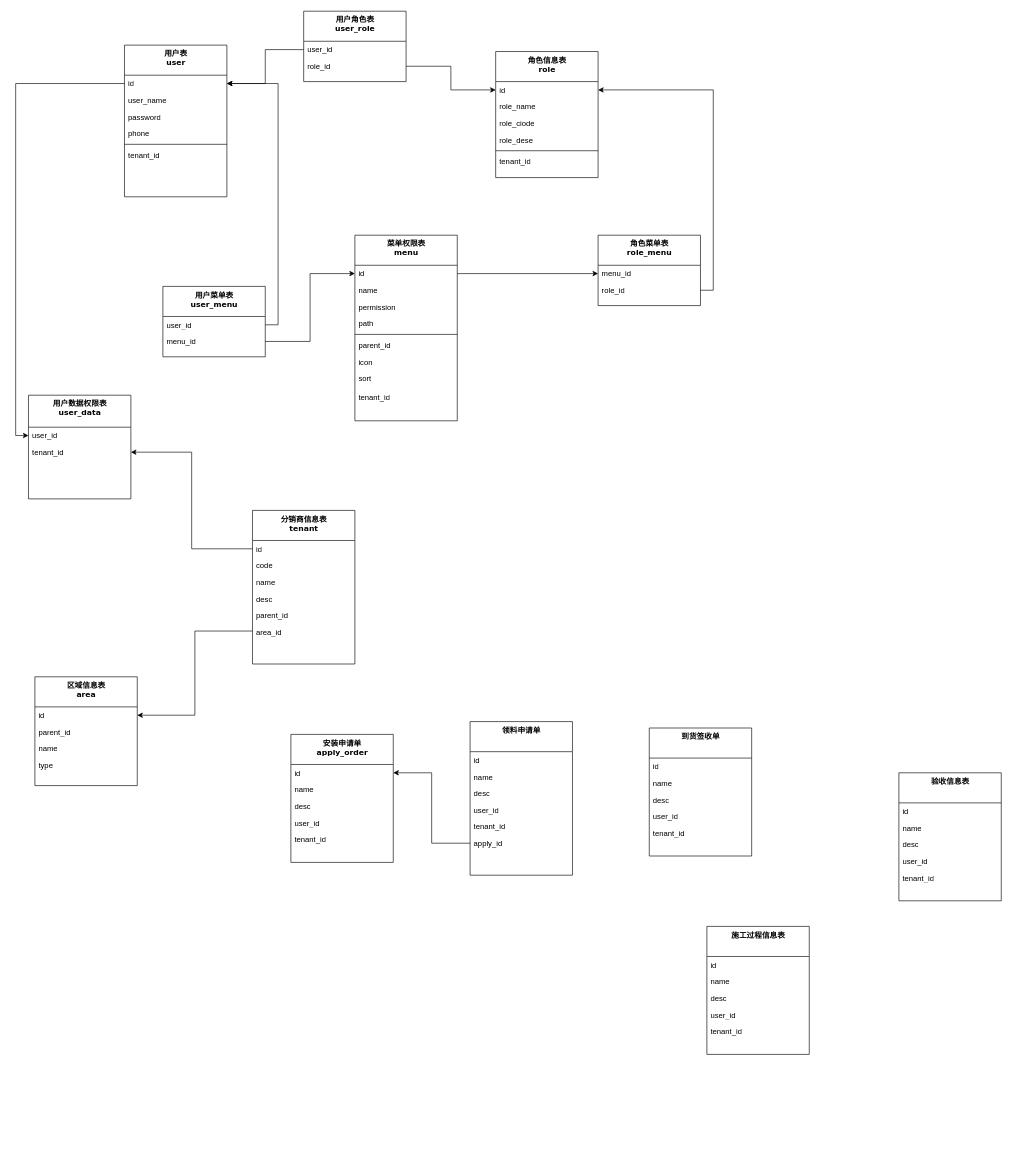
This is iot_v1.drawio from hypnosis01/draw-mes, a draw.io file, before an edit. Source tidied: cells renumbered, new cells numbered last; positions are measured from the earlier drawing's top-left corner, leaving out a move shared by most shapes. Both pictures are drawn from the tidied source at 64%, with x=0, y=0 at pixel (28, 11).
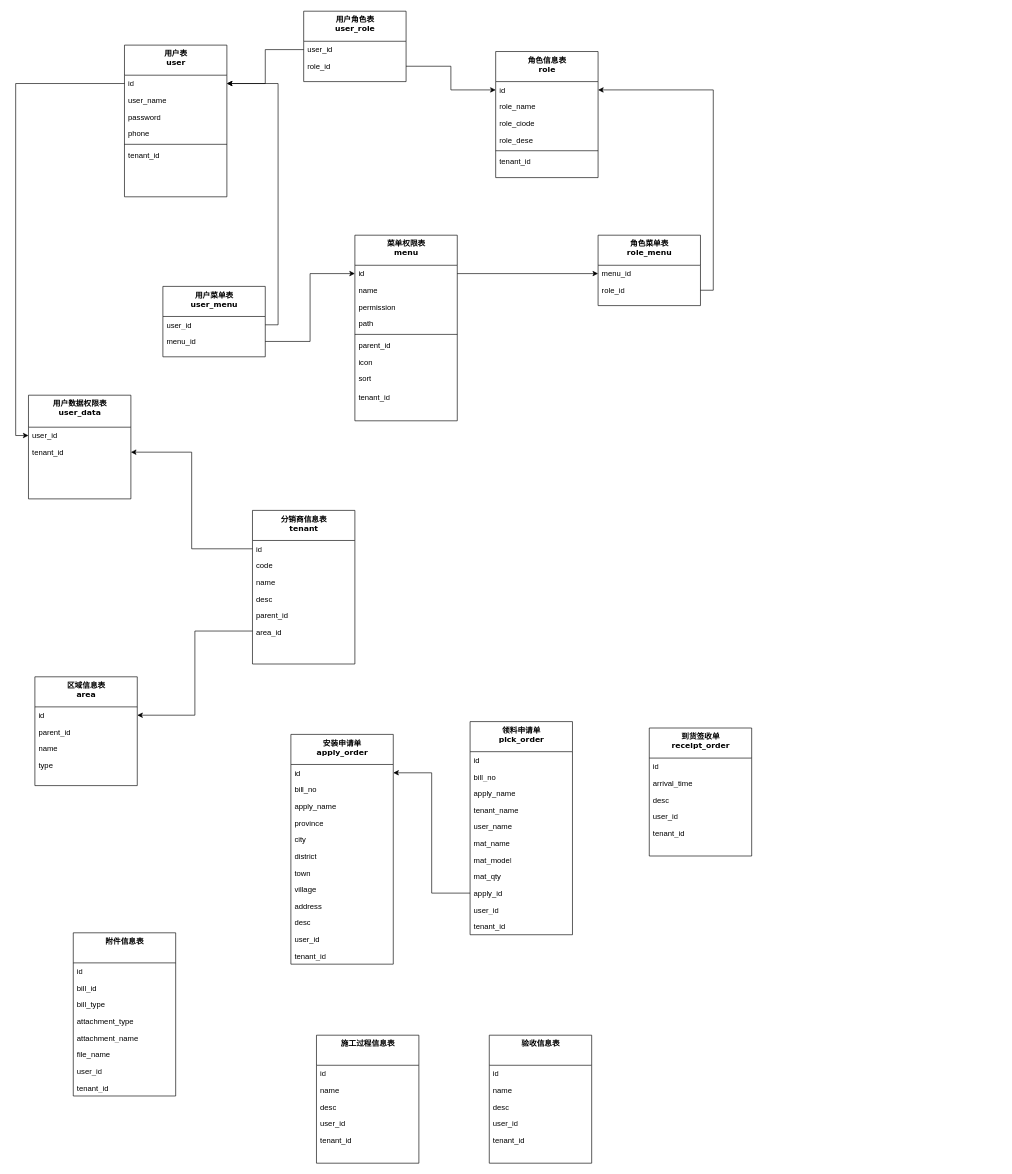
The same page after the edit.

What changed in the source:
```diff
@@
     <mxCell id="53" value="安装申请单&lt;br&gt;apply_order" style="swimlane;html=1;fontStyle=1;align=center;verticalAlign=top;horizontal=1;startSize=47;swimlaneFillColor=#ffffff;rounded=0;shadow=0;comic=0;labelBackgroundColor=none;strokeWidth=1;fillColor=none;fontFamily=Verdana;fontSize=12;" parent="1" vertex="1">
-      <mxGeometry x="410" y="1130" width="160" height="200" as="geometry" />
+      <mxGeometry x="410" y="1130" width="160" height="359" as="geometry" />
     </mxCell>
@@
+    <mxCell id="91" value="bill_no" style="text;html=1;strokeColor=none;fillColor=none;align=left;verticalAlign=top;spacingLeft=4;spacingRight=4;whiteSpace=wrap;overflow=hidden;" parent="53" vertex="1">
+      <mxGeometry y="73" width="160" height="26" as="geometry" />
+    </mxCell>
-    <mxCell id="55" value="name" style="text;html=1;strokeColor=none;fillColor=none;align=left;verticalAlign=top;spacingLeft=4;spacingRight=4;whiteSpace=wrap;overflow=hidden;" parent="53" vertex="1">
-      <mxGeometry y="73" width="160" height="26" as="geometry" />
+    <mxCell id="55" value="apply_name" style="text;html=1;strokeColor=none;fillColor=none;align=left;verticalAlign=top;spacingLeft=4;spacingRight=4;whiteSpace=wrap;overflow=hidden;" parent="53" vertex="1">
+      <mxGeometry y="99" width="160" height="26" as="geometry" />
     </mxCell>
+    <mxCell id="92" value="province" style="text;html=1;strokeColor=none;fillColor=none;align=left;verticalAlign=top;spacingLeft=4;spacingRight=4;whiteSpace=wrap;overflow=hidden;" parent="53" vertex="1">
+      <mxGeometry y="125" width="160" height="26" as="geometry" />
+    </mxCell>
+    <mxCell id="93" value="city" style="text;html=1;strokeColor=none;fillColor=none;align=left;verticalAlign=top;spacingLeft=4;spacingRight=4;whiteSpace=wrap;overflow=hidden;" parent="53" vertex="1">
+      <mxGeometry y="151" width="160" height="26" as="geometry" />
+    </mxCell>
+    <mxCell id="94" value="district" style="text;html=1;strokeColor=none;fillColor=none;align=left;verticalAlign=top;spacingLeft=4;spacingRight=4;whiteSpace=wrap;overflow=hidden;" parent="53" vertex="1">
+      <mxGeometry y="177" width="160" height="26" as="geometry" />
+    </mxCell>
+    <mxCell id="95" value="town" style="text;html=1;strokeColor=none;fillColor=none;align=left;verticalAlign=top;spacingLeft=4;spacingRight=4;whiteSpace=wrap;overflow=hidden;" parent="53" vertex="1">
+      <mxGeometry y="203" width="160" height="26" as="geometry" />
+    </mxCell>
+    <mxCell id="96" value="village" style="text;html=1;strokeColor=none;fillColor=none;align=left;verticalAlign=top;spacingLeft=4;spacingRight=4;whiteSpace=wrap;overflow=hidden;" parent="53" vertex="1">
+      <mxGeometry y="229" width="160" height="26" as="geometry" />
+    </mxCell>
+    <mxCell id="97" value="address" style="text;html=1;strokeColor=none;fillColor=none;align=left;verticalAlign=top;spacingLeft=4;spacingRight=4;whiteSpace=wrap;overflow=hidden;" parent="53" vertex="1">
+      <mxGeometry y="255" width="160" height="26" as="geometry" />
+    </mxCell>
     <mxCell id="56" value="desc" style="text;html=1;strokeColor=none;fillColor=none;align=left;verticalAlign=top;spacingLeft=4;spacingRight=4;whiteSpace=wrap;overflow=hidden;" parent="53" vertex="1">
-      <mxGeometry y="99" width="160" height="26" as="geometry" />
+      <mxGeometry y="281" width="160" height="26" as="geometry" />
     </mxCell>
     <mxCell id="57" value="user_id" style="text;html=1;strokeColor=none;fillColor=none;align=left;verticalAlign=top;spacingLeft=4;spacingRight=4;whiteSpace=wrap;overflow=hidden;" parent="53" vertex="1">
-      <mxGeometry y="125" width="160" height="26" as="geometry" />
+      <mxGeometry y="307" width="160" height="26" as="geometry" />
     </mxCell>
     <mxCell id="58" value="tenant_id" style="text;html=1;strokeColor=none;fillColor=none;align=left;verticalAlign=top;spacingLeft=4;spacingRight=4;whiteSpace=wrap;overflow=hidden;" parent="53" vertex="1">
-      <mxGeometry y="151" width="160" height="26" as="geometry" />
+      <mxGeometry y="333" width="160" height="26" as="geometry" />
     </mxCell>
@@
-    <mxCell id="65" value="领料申请单" style="swimlane;html=1;fontStyle=1;align=center;verticalAlign=top;horizontal=1;startSize=47;swimlaneFillColor=#ffffff;rounded=0;shadow=0;comic=0;labelBackgroundColor=none;strokeWidth=1;fillColor=none;fontFamily=Verdana;fontSize=12;" parent="1" vertex="1">
-      <mxGeometry x="690" y="1110" width="160" height="240" as="geometry" />
+    <mxCell id="65" value="领料申请单&lt;br&gt;pick_order" style="swimlane;html=1;fontStyle=1;align=center;verticalAlign=top;horizontal=1;startSize=47;swimlaneFillColor=#ffffff;rounded=0;shadow=0;comic=0;labelBackgroundColor=none;strokeWidth=1;fillColor=none;fontFamily=Verdana;fontSize=12;" parent="1" vertex="1">
+      <mxGeometry x="690" y="1110" width="160" height="333" as="geometry" />
     </mxCell>
@@
+    <mxCell id="98" value="bill_no" style="text;html=1;strokeColor=none;fillColor=none;align=left;verticalAlign=top;spacingLeft=4;spacingRight=4;whiteSpace=wrap;overflow=hidden;" parent="65" vertex="1">
+      <mxGeometry y="73" width="160" height="26" as="geometry" />
+    </mxCell>
-    <mxCell id="67" value="name" style="text;html=1;strokeColor=none;fillColor=none;align=left;verticalAlign=top;spacingLeft=4;spacingRight=4;whiteSpace=wrap;overflow=hidden;" parent="65" vertex="1">
-      <mxGeometry y="73" width="160" height="26" as="geometry" />
+    <mxCell id="67" value="apply_name" style="text;html=1;strokeColor=none;fillColor=none;align=left;verticalAlign=top;spacingLeft=4;spacingRight=4;whiteSpace=wrap;overflow=hidden;" parent="65" vertex="1">
+      <mxGeometry y="99" width="160" height="26" as="geometry" />
     </mxCell>
+    <mxCell id="99" value="tenant_name" style="text;html=1;strokeColor=none;fillColor=none;align=left;verticalAlign=top;spacingLeft=4;spacingRight=4;whiteSpace=wrap;overflow=hidden;" parent="65" vertex="1">
+      <mxGeometry y="125" width="160" height="26" as="geometry" />
+    </mxCell>
+    <mxCell id="100" value="user_name" style="text;html=1;strokeColor=none;fillColor=none;align=left;verticalAlign=top;spacingLeft=4;spacingRight=4;whiteSpace=wrap;overflow=hidden;" parent="65" vertex="1">
+      <mxGeometry y="151" width="160" height="26" as="geometry" />
+    </mxCell>
-    <mxCell id="68" value="desc" style="text;html=1;strokeColor=none;fillColor=none;align=left;verticalAlign=top;spacingLeft=4;spacingRight=4;whiteSpace=wrap;overflow=hidden;" parent="65" vertex="1">
-      <mxGeometry y="99" width="160" height="26" as="geometry" />
+    <mxCell id="68" value="mat_name" style="text;html=1;strokeColor=none;fillColor=none;align=left;verticalAlign=top;spacingLeft=4;spacingRight=4;whiteSpace=wrap;overflow=hidden;" parent="65" vertex="1">
+      <mxGeometry y="177" width="160" height="26" as="geometry" />
     </mxCell>
+    <mxCell id="101" value="mat_model" style="text;html=1;strokeColor=none;fillColor=none;align=left;verticalAlign=top;spacingLeft=4;spacingRight=4;whiteSpace=wrap;overflow=hidden;" parent="65" vertex="1">
+      <mxGeometry y="203" width="160" height="26" as="geometry" />
+    </mxCell>
+    <mxCell id="102" value="mat_qty" style="text;html=1;strokeColor=none;fillColor=none;align=left;verticalAlign=top;spacingLeft=4;spacingRight=4;whiteSpace=wrap;overflow=hidden;" parent="65" vertex="1">
+      <mxGeometry y="229" width="160" height="26" as="geometry" />
+    </mxCell>
+    <mxCell id="71" value="apply_id" style="text;html=1;strokeColor=none;fillColor=none;align=left;verticalAlign=top;spacingLeft=4;spacingRight=4;whiteSpace=wrap;overflow=hidden;points=[[0,0.5],[1,0.5]];portConstraint=eastwest;" parent="65" vertex="1">
+      <mxGeometry y="255" width="160" height="26" as="geometry" />
+    </mxCell>
     <mxCell id="69" value="user_id" style="text;html=1;strokeColor=none;fillColor=none;align=left;verticalAlign=top;spacingLeft=4;spacingRight=4;whiteSpace=wrap;overflow=hidden;" parent="65" vertex="1">
-      <mxGeometry y="125" width="160" height="26" as="geometry" />
+      <mxGeometry y="281" width="160" height="26" as="geometry" />
     </mxCell>
     <mxCell id="70" value="tenant_id" style="text;html=1;strokeColor=none;fillColor=none;align=left;verticalAlign=top;spacingLeft=4;spacingRight=4;whiteSpace=wrap;overflow=hidden;" parent="65" vertex="1">
-      <mxGeometry y="151" width="160" height="26" as="geometry" />
+      <mxGeometry y="307" width="160" height="26" as="geometry" />
     </mxCell>
-    <mxCell id="71" value="apply_id" style="text;html=1;strokeColor=none;fillColor=none;align=left;verticalAlign=top;spacingLeft=4;spacingRight=4;whiteSpace=wrap;overflow=hidden;points=[[0,0.5],[1,0.5]];portConstraint=eastwest;" parent="65" vertex="1">
-      <mxGeometry y="177" width="160" height="26" as="geometry" />
-    </mxCell>
-    <mxCell id="72" value="到货签收单" style="swimlane;html=1;fontStyle=1;align=center;verticalAlign=top;horizontal=1;startSize=47;swimlaneFillColor=#ffffff;rounded=0;shadow=0;comic=0;labelBackgroundColor=none;strokeWidth=1;fillColor=none;fontFamily=Verdana;fontSize=12;" parent="1" vertex="1">
+    <mxCell id="72" value="到货签收单&lt;br&gt;receipt_order" style="swimlane;html=1;fontStyle=1;align=center;verticalAlign=top;horizontal=1;startSize=47;swimlaneFillColor=#ffffff;rounded=0;shadow=0;comic=0;labelBackgroundColor=none;strokeWidth=1;fillColor=none;fontFamily=Verdana;fontSize=12;" parent="1" vertex="1">
       <mxGeometry x="970" y="1120" width="160" height="200" as="geometry" />
     </mxCell>
@@
-    <mxCell id="74" value="name" style="text;html=1;strokeColor=none;fillColor=none;align=left;verticalAlign=top;spacingLeft=4;spacingRight=4;whiteSpace=wrap;overflow=hidden;" parent="72" vertex="1">
+    <mxCell id="74" value="arrival_time" style="text;html=1;strokeColor=none;fillColor=none;align=left;verticalAlign=top;spacingLeft=4;spacingRight=4;whiteSpace=wrap;overflow=hidden;" parent="72" vertex="1">
       <mxGeometry y="73" width="160" height="26" as="geometry" />
     </mxCell>
@@
     <mxCell id="78" value="施工过程信息表" style="swimlane;html=1;fontStyle=1;align=center;verticalAlign=top;horizontal=1;startSize=47;swimlaneFillColor=#ffffff;rounded=0;shadow=0;comic=0;labelBackgroundColor=none;strokeWidth=1;fillColor=none;fontFamily=Verdana;fontSize=12;" parent="1" vertex="1">
-      <mxGeometry x="1060" y="1430" width="160" height="200" as="geometry" />
+      <mxGeometry x="450" y="1600" width="160" height="200" as="geometry" />
     </mxCell>
@@
     <mxCell id="84" value="验收信息表" style="swimlane;html=1;fontStyle=1;align=center;verticalAlign=top;horizontal=1;startSize=47;swimlaneFillColor=#ffffff;rounded=0;shadow=0;comic=0;labelBackgroundColor=none;strokeWidth=1;fillColor=none;fontFamily=Verdana;fontSize=12;" parent="1" vertex="1">
-      <mxGeometry x="1360" y="1190" width="160" height="200" as="geometry" />
+      <mxGeometry x="720" y="1600" width="160" height="200" as="geometry" />
     </mxCell>
@@
+    <mxCell id="103" value="附件信息表" style="swimlane;html=1;fontStyle=1;align=center;verticalAlign=top;horizontal=1;startSize=47;swimlaneFillColor=#ffffff;rounded=0;shadow=0;comic=0;labelBackgroundColor=none;strokeWidth=1;fillColor=none;fontFamily=Verdana;fontSize=12;" parent="1" vertex="1">
+      <mxGeometry x="70" y="1440" width="160" height="255" as="geometry" />
+    </mxCell>
+    <mxCell id="104" value="id" style="text;html=1;strokeColor=none;fillColor=none;align=left;verticalAlign=top;spacingLeft=4;spacingRight=4;whiteSpace=wrap;overflow=hidden;" parent="103" vertex="1">
+      <mxGeometry y="47" width="160" height="26" as="geometry" />
+    </mxCell>
+    <mxCell id="105" value="bill_id" style="text;html=1;strokeColor=none;fillColor=none;align=left;verticalAlign=top;spacingLeft=4;spacingRight=4;whiteSpace=wrap;overflow=hidden;" parent="103" vertex="1">
+      <mxGeometry y="73" width="160" height="26" as="geometry" />
+    </mxCell>
+    <mxCell id="106" value="bill_type" style="text;html=1;strokeColor=none;fillColor=none;align=left;verticalAlign=top;spacingLeft=4;spacingRight=4;whiteSpace=wrap;overflow=hidden;" parent="103" vertex="1">
+      <mxGeometry y="99" width="160" height="26" as="geometry" />
+    </mxCell>
+    <mxCell id="107" value="attachment_type" style="text;html=1;strokeColor=none;fillColor=none;align=left;verticalAlign=top;spacingLeft=4;spacingRight=4;whiteSpace=wrap;overflow=hidden;" parent="103" vertex="1">
+      <mxGeometry y="125" width="160" height="26" as="geometry" />
+    </mxCell>
+    <mxCell id="108" value="attachment_name" style="text;html=1;strokeColor=none;fillColor=none;align=left;verticalAlign=top;spacingLeft=4;spacingRight=4;whiteSpace=wrap;overflow=hidden;" parent="103" vertex="1">
+      <mxGeometry y="151" width="160" height="26" as="geometry" />
+    </mxCell>
+    <mxCell id="109" value="file_name" style="text;html=1;strokeColor=none;fillColor=none;align=left;verticalAlign=top;spacingLeft=4;spacingRight=4;whiteSpace=wrap;overflow=hidden;" parent="103" vertex="1">
+      <mxGeometry y="177" width="160" height="26" as="geometry" />
+    </mxCell>
+    <mxCell id="110" value="user_id" style="text;html=1;strokeColor=none;fillColor=none;align=left;verticalAlign=top;spacingLeft=4;spacingRight=4;whiteSpace=wrap;overflow=hidden;" parent="103" vertex="1">
+      <mxGeometry y="203" width="160" height="26" as="geometry" />
+    </mxCell>
+    <mxCell id="111" value="tenant_id" style="text;html=1;strokeColor=none;fillColor=none;align=left;verticalAlign=top;spacingLeft=4;spacingRight=4;whiteSpace=wrap;overflow=hidden;" parent="103" vertex="1">
+      <mxGeometry y="229" width="160" height="26" as="geometry" />
+    </mxCell>
```
